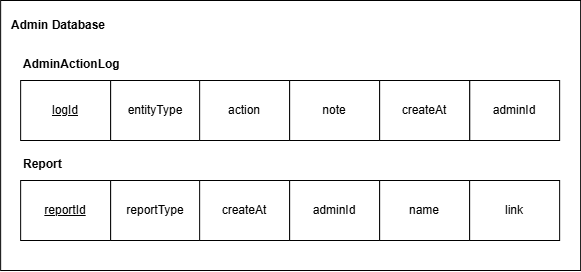
The draw.io diagram images/chap6/erd/erd-mapping-admin-service.png in quechivvt/ecommerce-ai-agent-report, before a commit. Source tidied: cells renumbered, new cells last; positions are measured from the earlier drawing's top-left corner, leaving out a move shared by most shapes. Its diagram source:
```xml
<mxGraphModel>
  <root>
    <mxCell id="0" />
    <mxCell id="1" parent="0" />
    <mxCell id="2" style="rounded=0;whiteSpace=wrap;html=1;" parent="1" vertex="1">
      <mxGeometry x="0.1" width="580" height="270" as="geometry" />
    </mxCell>
    <mxCell id="3" value="&lt;b&gt;Admin Database&lt;/b&gt;" style="text;html=1;whiteSpace=wrap;strokeColor=none;fillColor=none;align=center;verticalAlign=middle;rounded=0;" parent="1" vertex="1">
      <mxGeometry x="3.1" y="10" width="110" height="30" as="geometry" />
    </mxCell>
    <mxCell id="4" value="&lt;b style=&quot;forced-color-adjust: none; font-family: Helvetica; font-size: 12px; font-style: normal; font-variant-ligatures: normal; font-variant-caps: normal; letter-spacing: normal; orphans: 2; text-align: center; text-indent: 0px; text-transform: none; widows: 2; word-spacing: 0px; -webkit-text-stroke-width: 0px; white-space: normal; text-decoration-thickness: initial; text-decoration-style: initial; text-decoration-color: initial;&quot;&gt;Report&lt;/b&gt;" style="text;whiteSpace=wrap;html=1;fontColor=default;labelBackgroundColor=none;" parent="1" vertex="1">
      <mxGeometry x="21.1" y="150" width="90" height="40" as="geometry" />
    </mxCell>
    <mxCell id="5" value="&lt;u&gt;reportId&lt;/u&gt;" style="rounded=0;whiteSpace=wrap;html=1;" parent="1" vertex="1">
      <mxGeometry x="20.1" y="180" width="90" height="60" as="geometry" />
    </mxCell>
    <mxCell id="6" value="reportType" style="rounded=0;whiteSpace=wrap;html=1;" parent="1" vertex="1">
      <mxGeometry x="110.1" y="180" width="90" height="60" as="geometry" />
    </mxCell>
    <mxCell id="7" value="createAt" style="rounded=0;whiteSpace=wrap;html=1;" parent="1" vertex="1">
      <mxGeometry x="199.1" y="180" width="90" height="60" as="geometry" />
    </mxCell>
    <mxCell id="8" value="adminId" style="rounded=0;whiteSpace=wrap;html=1;" parent="1" vertex="1">
      <mxGeometry x="289.1" y="180" width="90" height="60" as="geometry" />
    </mxCell>
    <mxCell id="9" value="name" style="rounded=0;whiteSpace=wrap;html=1;" parent="1" vertex="1">
      <mxGeometry x="379.1" y="180" width="90" height="60" as="geometry" />
    </mxCell>
    <mxCell id="10" value="link" style="rounded=0;whiteSpace=wrap;html=1;" parent="1" vertex="1">
      <mxGeometry x="469.1" y="180" width="90" height="60" as="geometry" />
    </mxCell>
    <mxCell id="11" value="&lt;b style=&quot;forced-color-adjust: none; font-family: Helvetica; font-size: 12px; font-style: normal; font-variant-ligatures: normal; font-variant-caps: normal; letter-spacing: normal; orphans: 2; text-align: center; text-indent: 0px; text-transform: none; widows: 2; word-spacing: 0px; -webkit-text-stroke-width: 0px; white-space: normal; text-decoration-thickness: initial; text-decoration-style: initial; text-decoration-color: initial;&quot;&gt;AdminActionLog&lt;/b&gt;" style="text;whiteSpace=wrap;html=1;fontColor=default;labelBackgroundColor=none;" parent="1" vertex="1">
      <mxGeometry x="21.1" y="50" width="90" height="40" as="geometry" />
    </mxCell>
    <mxCell id="12" value="&lt;u&gt;logId&lt;/u&gt;" style="rounded=0;whiteSpace=wrap;html=1;" parent="1" vertex="1">
      <mxGeometry x="20.1" y="80" width="90" height="60" as="geometry" />
    </mxCell>
    <mxCell id="13" value="entityType" style="rounded=0;whiteSpace=wrap;html=1;" parent="1" vertex="1">
      <mxGeometry x="110.1" y="80" width="90" height="60" as="geometry" />
    </mxCell>
    <mxCell id="14" value="action" style="rounded=0;whiteSpace=wrap;html=1;" parent="1" vertex="1">
      <mxGeometry x="199.1" y="80" width="90" height="60" as="geometry" />
    </mxCell>
    <mxCell id="15" value="adminId" style="rounded=0;whiteSpace=wrap;html=1;" parent="1" vertex="1">
      <mxGeometry x="469.1" y="80" width="90" height="60" as="geometry" />
    </mxCell>
    <mxCell id="16" value="note" style="rounded=0;whiteSpace=wrap;html=1;" parent="1" vertex="1">
      <mxGeometry x="289.1" y="80" width="90" height="60" as="geometry" />
    </mxCell>
    <mxCell id="17" value="createAt" style="rounded=0;whiteSpace=wrap;html=1;" parent="1" vertex="1">
      <mxGeometry x="379.1" y="80" width="90" height="60" as="geometry" />
    </mxCell>
  </root>
</mxGraphModel>
```
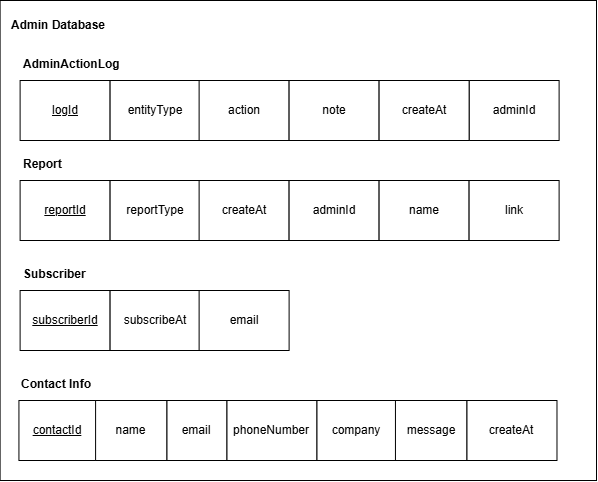
Above is the later version.

The edit, as a diff of the source:
```diff
@@ -3,7 +3,7 @@
     <mxCell id="0" />
     <mxCell id="1" parent="0" />
     <mxCell id="2" style="rounded=0;whiteSpace=wrap;html=1;" parent="1" vertex="1">
-      <mxGeometry x="0.1" width="580" height="270" as="geometry" />
+      <mxGeometry x="0.1" width="596.4" height="480" as="geometry" />
     </mxCell>
     <mxCell id="3" value="&lt;b&gt;Admin Database&lt;/b&gt;" style="text;html=1;whiteSpace=wrap;strokeColor=none;fillColor=none;align=center;verticalAlign=middle;rounded=0;" parent="1" vertex="1">
       <mxGeometry x="3.1" y="10" width="110" height="30" as="geometry" />
@@ -50,5 +50,41 @@
     <mxCell id="17" value="createAt" style="rounded=0;whiteSpace=wrap;html=1;" parent="1" vertex="1">
       <mxGeometry x="379.1" y="80" width="90" height="60" as="geometry" />
     </mxCell>
+    <mxCell id="18" value="&lt;b style=&quot;forced-color-adjust: none; font-family: Helvetica; font-size: 12px; font-style: normal; font-variant-ligatures: normal; font-variant-caps: normal; letter-spacing: normal; orphans: 2; text-align: center; text-indent: 0px; text-transform: none; widows: 2; word-spacing: 0px; -webkit-text-stroke-width: 0px; white-space: normal; text-decoration-thickness: initial; text-decoration-style: initial; text-decoration-color: initial;&quot;&gt;Subscriber&lt;/b&gt;" style="text;whiteSpace=wrap;html=1;fontColor=default;labelBackgroundColor=none;" parent="1" vertex="1">
+      <mxGeometry x="21.1" y="260" width="90" height="40" as="geometry" />
+    </mxCell>
+    <mxCell id="19" value="&lt;u&gt;subscriberId&lt;/u&gt;" style="rounded=0;whiteSpace=wrap;html=1;" parent="1" vertex="1">
+      <mxGeometry x="20.1" y="290" width="90" height="60" as="geometry" />
+    </mxCell>
+    <mxCell id="20" value="subscribeAt" style="rounded=0;whiteSpace=wrap;html=1;" parent="1" vertex="1">
+      <mxGeometry x="110.1" y="290" width="90" height="60" as="geometry" />
+    </mxCell>
+    <mxCell id="21" value="email" style="rounded=0;whiteSpace=wrap;html=1;" parent="1" vertex="1">
+      <mxGeometry x="199.1" y="290" width="90" height="60" as="geometry" />
+    </mxCell>
+    <mxCell id="22" value="&lt;b style=&quot;forced-color-adjust: none; font-family: Helvetica; font-size: 12px; font-style: normal; font-variant-ligatures: normal; font-variant-caps: normal; letter-spacing: normal; orphans: 2; text-align: center; text-indent: 0px; text-transform: none; widows: 2; word-spacing: 0px; -webkit-text-stroke-width: 0px; white-space: normal; text-decoration-thickness: initial; text-decoration-style: initial; text-decoration-color: initial;&quot;&gt;Contact Info&lt;/b&gt;" style="text;whiteSpace=wrap;html=1;fontColor=default;labelBackgroundColor=none;" parent="1" vertex="1">
+      <mxGeometry x="19.9" y="370" width="90" height="40" as="geometry" />
+    </mxCell>
+    <mxCell id="23" value="&lt;u&gt;contactId&lt;/u&gt;" style="rounded=0;whiteSpace=wrap;html=1;" parent="1" vertex="1">
+      <mxGeometry x="18.9" y="400" width="78" height="60" as="geometry" />
+    </mxCell>
+    <mxCell id="24" value="name" style="rounded=0;whiteSpace=wrap;html=1;" parent="1" vertex="1">
+      <mxGeometry x="95.6" y="400" width="71.4" height="60" as="geometry" />
+    </mxCell>
+    <mxCell id="25" value="email" style="rounded=0;whiteSpace=wrap;html=1;" parent="1" vertex="1">
+      <mxGeometry x="167" y="400" width="60" height="60" as="geometry" />
+    </mxCell>
+    <mxCell id="26" value="phoneNumber" style="rounded=0;whiteSpace=wrap;html=1;" parent="1" vertex="1">
+      <mxGeometry x="227" y="400" width="90" height="60" as="geometry" />
+    </mxCell>
+    <mxCell id="27" value="company" style="rounded=0;whiteSpace=wrap;html=1;" parent="1" vertex="1">
+      <mxGeometry x="317" y="400" width="80" height="60" as="geometry" />
+    </mxCell>
+    <mxCell id="28" value="message" style="rounded=0;whiteSpace=wrap;html=1;" parent="1" vertex="1">
+      <mxGeometry x="395.4" y="400" width="71.5" height="60" as="geometry" />
+    </mxCell>
+    <mxCell id="29" value="createAt" style="rounded=0;whiteSpace=wrap;html=1;" parent="1" vertex="1">
+      <mxGeometry x="467" y="400" width="90" height="60" as="geometry" />
+    </mxCell>
   </root>
 </mxGraphModel>
```
